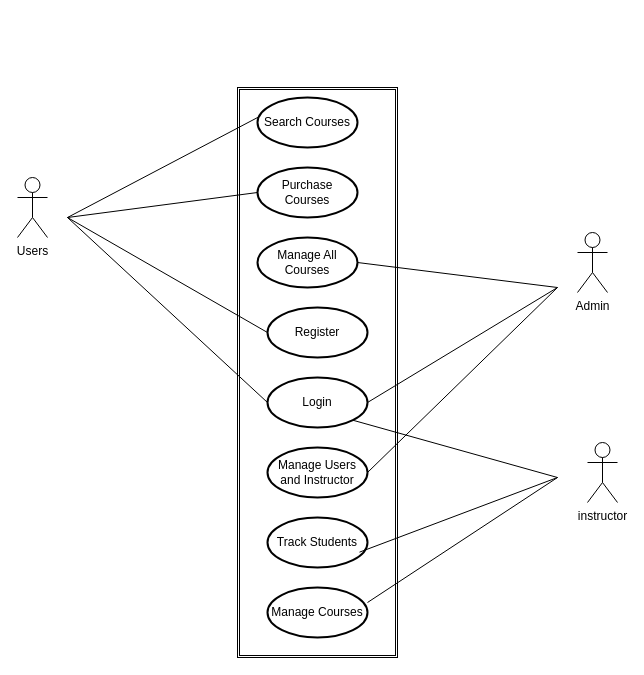
Anilparajuli4/e-learning keeps this draw.io diagram as Untitled Diagram.drawio. Above is the earlier version. Source tidied: cells renumbered, new cells numbered last; positions are measured from the earlier drawing's top-left corner, leaving out a move shared by most shapes. Both pictures are drawn from the tidied source at 100%, with x=0, y=0 at pixel (17, 87).
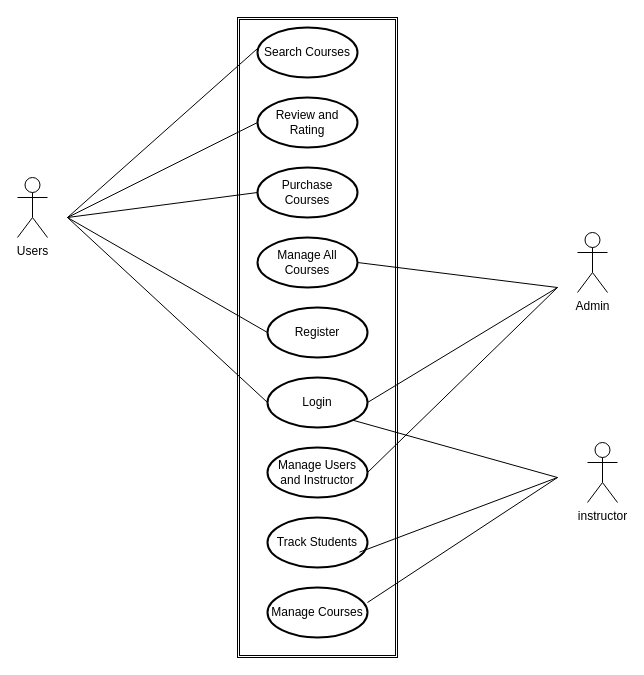
After the change.

Change to the diagram source:
```diff
@@
     <mxCell id="2" style="shape=ext;double=1;rounded=0;whiteSpace=wrap;html=1;" parent="1" vertex="1">
-      <mxGeometry x="220" width="160" height="570" as="geometry" />
+      <mxGeometry x="220" y="-70" width="160" height="640" as="geometry" />
     </mxCell>
     <mxCell id="3" value="Search Courses" style="strokeWidth=2;html=1;shape=mxgraph.flowchart.start_1;whiteSpace=wrap;" parent="1" vertex="1">
-      <mxGeometry x="240" y="10" width="100" height="50" as="geometry" />
+      <mxGeometry x="240" y="-60" width="100" height="50" as="geometry" />
     </mxCell>
@@
+    <mxCell id="24" value="Review and Rating" style="strokeWidth=2;html=1;shape=mxgraph.flowchart.start_1;whiteSpace=wrap;" parent="1" vertex="1">
+      <mxGeometry x="240" y="10" width="100" height="50" as="geometry" />
+    </mxCell>
+    <mxCell id="25" style="endArrow=none;html=1;rounded=0;entryX=0;entryY=0.5;entryDx=0;entryDy=0;entryPerimeter=0;" parent="1" edge="1" target="24">
+      <mxGeometry relative="1" as="geometry">
+        <mxPoint x="50" y="130" as="sourcePoint" />
+      </mxGeometry>
+    </mxCell>
```
